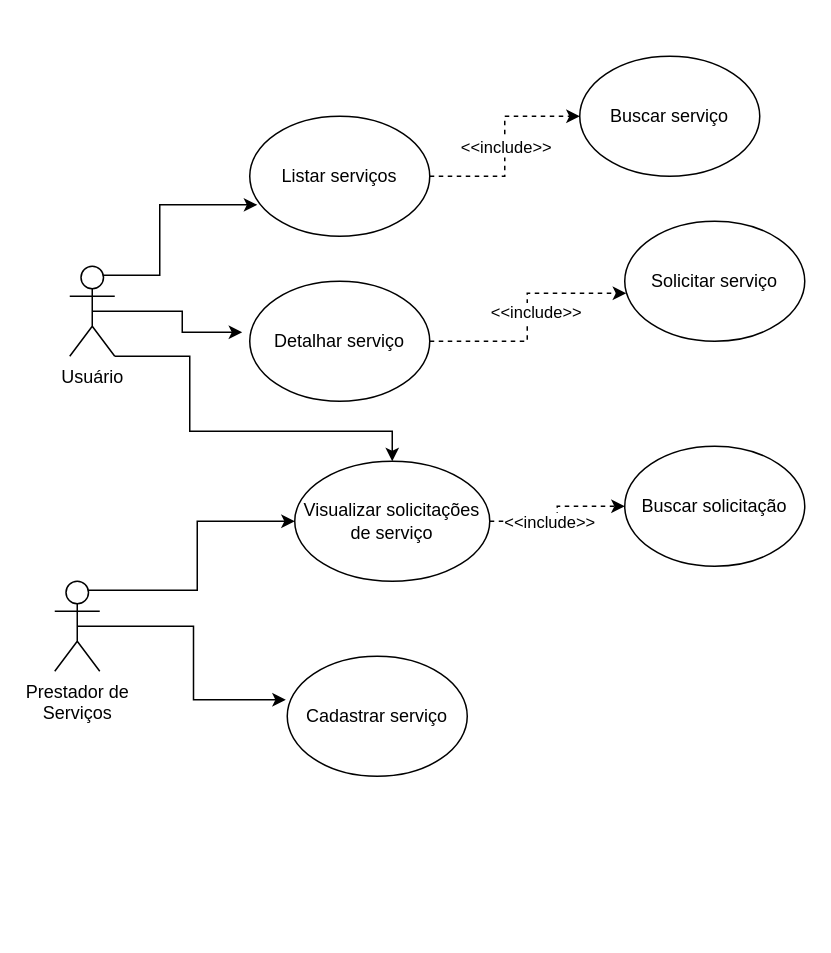
Earlier version of the draw.io diagram page "Caso de Uso" (1 of 4) of Pratica/Projeto/Documentacao/Projeto CSBA.drawio (thihxm/aulas-python). Source tidied: cells renumbered, new cells numbered last; positions are measured from the earlier drawing's top-left corner, leaving out a move shared by most shapes. Both pictures are drawn from the tidied source at 150%, with x=0, y=0 at pixel (54, 56).
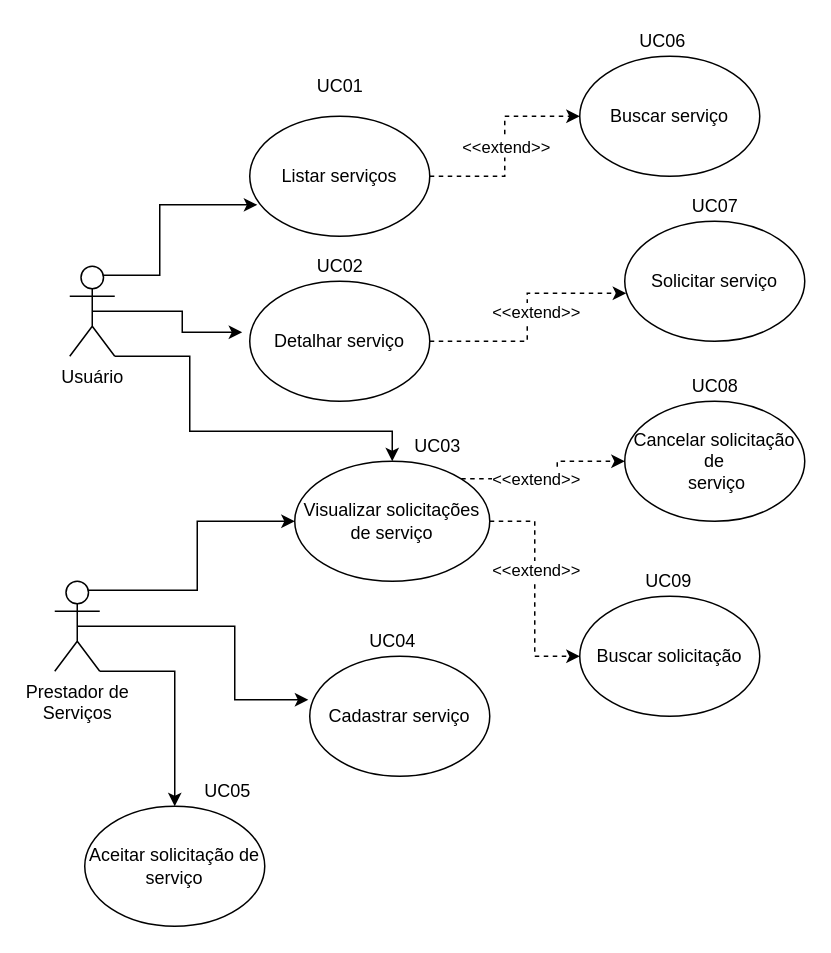
After the change.

The change refers to these unchanged cells:
```xml
<mxCell id="8" value="Prestador de&lt;br&gt;Serviços" style="shape=umlActor;verticalLabelPosition=bottom;labelBackgroundColor=#ffffff;verticalAlign=top;html=1;outlineConnect=0;" parent="1" vertex="1">
  <mxGeometry y="350" width="30" height="60" as="geometry" />
</mxCell>
<mxCell id="9" style="edgeStyle=orthogonalEdgeStyle;rounded=0;jettySize=auto;html=1;exitX=1;exitY=0.5;exitDx=0;exitDy=0;entryX=0;entryY=0.5;entryDx=0;entryDy=0;dashed=1;" parent="1" edge="1" source="11" target="20">
  <mxGeometry relative="1" as="geometry" />
</mxCell>
<mxCell id="13" style="edgeStyle=orthogonalEdgeStyle;rounded=0;jettySize=auto;html=1;exitX=1;exitY=0.5;exitDx=0;exitDy=0;entryX=0;entryY=0.5;entryDx=0;entryDy=0;dashed=1;" parent="1" edge="1" source="15" target="21">
  <mxGeometry relative="1" as="geometry" />
</mxCell>
<mxCell id="15" value="Visualizar solicitações de serviço" style="ellipse;whiteSpace=wrap;html=1;" parent="1" vertex="1">
  <mxGeometry x="160" y="270" width="130" height="80" as="geometry" />
</mxCell>
<mxCell id="16" style="edgeStyle=orthogonalEdgeStyle;rounded=0;jettySize=auto;html=1;exitX=1;exitY=0.5;exitDx=0;exitDy=0;entryX=0.008;entryY=0.6;entryDx=0;entryDy=0;entryPerimeter=0;dashed=1;" parent="1" edge="1" source="18" target="19">
  <mxGeometry relative="1" as="geometry" />
</mxCell>
```

The edit, as a diff of the source:
```diff
@@
     <mxCell id="6" style="edgeStyle=orthogonalEdgeStyle;rounded=0;jettySize=auto;html=1;exitX=0.5;exitY=0.5;exitDx=0;exitDy=0;exitPerimeter=0;entryX=-0.008;entryY=0.363;entryDx=0;entryDy=0;entryPerimeter=0;" parent="1" edge="1" source="8" target="12">
-      <mxGeometry relative="1" as="geometry" />
+      <mxGeometry relative="1" as="geometry">
+        <Array as="points">
+          <mxPoint x="120" y="380" />
+          <mxPoint x="120" y="429" />
+        </Array>
+      </mxGeometry>
     </mxCell>
@@
+    <mxCell id="22" style="edgeStyle=orthogonalEdgeStyle;rounded=0;jettySize=auto;html=1;exitX=1;exitY=1;exitDx=0;exitDy=0;exitPerimeter=0;entryX=0.5;entryY=0;entryDx=0;entryDy=0;endArrow=classic;endFill=1;" parent="1" edge="1" source="8" target="29">
+      <mxGeometry relative="1" as="geometry">
+        <Array as="points">
+          <mxPoint x="80" y="410" />
+        </Array>
+      </mxGeometry>
+    </mxCell>
@@
-    <mxCell id="10" value="&amp;lt;&amp;lt;include&amp;gt;&amp;gt;" style="edgeLabel;html=1;align=center;verticalAlign=middle;" parent="9" vertex="1">
+    <mxCell id="10" value="&amp;lt;&amp;lt;extend&amp;gt;&amp;gt;" style="edgeLabel;html=1;align=center;verticalAlign=middle;" parent="9" vertex="1">
       <mxGeometry x="-0.4" y="-3" relative="1" as="geometry">
         <mxPoint x="8" y="-23" as="offset" />
       </mxGeometry>
     </mxCell>
@@
     <mxCell id="12" value="Cadastrar serviço" style="ellipse;whiteSpace=wrap;html=1;" parent="1" vertex="1">
-      <mxGeometry x="155" y="400" width="120" height="80" as="geometry" />
+      <mxGeometry x="170" y="400" width="120" height="80" as="geometry" />
     </mxCell>
@@
-    <mxCell id="14" value="&amp;lt;&amp;lt;include&amp;gt;&amp;gt;" style="edgeLabel;html=1;align=center;verticalAlign=middle;" parent="13" vertex="1">
-      <mxGeometry x="-0.22" relative="1" as="geometry" />
+    <mxCell id="14" value="&amp;lt;&amp;lt;extend&amp;gt;&amp;gt;" style="edgeLabel;html=1;align=center;verticalAlign=middle;" parent="13" vertex="1">
+      <mxGeometry x="-0.22" relative="1" as="geometry">
+        <mxPoint y="3" as="offset" />
+      </mxGeometry>
     </mxCell>
+    <mxCell id="23" style="edgeStyle=orthogonalEdgeStyle;rounded=0;jettySize=auto;html=1;exitX=1;exitY=0;exitDx=0;exitDy=0;entryX=0;entryY=0.5;entryDx=0;entryDy=0;endArrow=classic;endFill=1;dashed=1;" parent="1" edge="1" source="15" target="32">
+      <mxGeometry relative="1" as="geometry" />
+    </mxCell>
+    <mxCell id="24" value="&amp;lt;&amp;lt;extend&amp;gt;&amp;gt;" style="edgeLabel;html=1;align=center;verticalAlign=middle;" parent="23" vertex="1">
+      <mxGeometry x="-0.17" relative="1" as="geometry" />
+    </mxCell>
@@
-    <mxCell id="17" value="&amp;lt;&amp;lt;include&amp;gt;&amp;gt;" style="edgeLabel;html=1;align=center;verticalAlign=middle;" parent="16" vertex="1">
+    <mxCell id="17" value="&amp;lt;&amp;lt;extend&amp;gt;&amp;gt;" style="edgeLabel;html=1;align=center;verticalAlign=middle;" parent="16" vertex="1">
       <mxGeometry x="-0.24" y="8" relative="1" as="geometry">
         <mxPoint x="8" y="-12" as="offset" />
       </mxGeometry>
     </mxCell>
@@
     <mxCell id="21" value="Buscar solicitação" style="ellipse;whiteSpace=wrap;html=1;" parent="1" vertex="1">
-      <mxGeometry x="380" y="260" width="120" height="80" as="geometry" />
+      <mxGeometry x="350" y="360" width="120" height="80" as="geometry" />
     </mxCell>
+    <mxCell id="25" value="UC01" style="text;html=1;align=center;verticalAlign=middle;" parent="1" vertex="1">
+      <mxGeometry x="165" y="10" width="50" height="20" as="geometry" />
+    </mxCell>
+    <mxCell id="26" value="UC02" style="text;html=1;align=center;verticalAlign=middle;" parent="1" vertex="1">
+      <mxGeometry x="165" y="130" width="50" height="20" as="geometry" />
+    </mxCell>
+    <mxCell id="27" value="UC03" style="text;html=1;align=center;verticalAlign=middle;" parent="1" vertex="1">
+      <mxGeometry x="230" y="250" width="50" height="20" as="geometry" />
+    </mxCell>
+    <mxCell id="28" value="UC04" style="text;html=1;align=center;verticalAlign=middle;" parent="1" vertex="1">
+      <mxGeometry x="200" y="380" width="50" height="20" as="geometry" />
+    </mxCell>
+    <mxCell id="29" value="Aceitar solicitação de serviço" style="ellipse;whiteSpace=wrap;html=1;" parent="1" vertex="1">
+      <mxGeometry x="20" y="500" width="120" height="80" as="geometry" />
+    </mxCell>
+    <mxCell id="30" value="UC05" style="text;html=1;align=center;verticalAlign=middle;" parent="1" vertex="1">
+      <mxGeometry x="90" y="480" width="50" height="20" as="geometry" />
+    </mxCell>
+    <mxCell id="31" value="UC06" style="text;html=1;align=center;verticalAlign=middle;" parent="1" vertex="1">
+      <mxGeometry x="380" y="-20" width="50" height="20" as="geometry" />
+    </mxCell>
+    <mxCell id="32" value="Cancelar solicitação de&lt;br&gt;&amp;nbsp;serviço" style="ellipse;whiteSpace=wrap;html=1;" parent="1" vertex="1">
+      <mxGeometry x="380" y="230" width="120" height="80" as="geometry" />
+    </mxCell>
+    <mxCell id="33" value="UC07" style="text;html=1;align=center;verticalAlign=middle;" parent="1" vertex="1">
+      <mxGeometry x="415" y="90" width="50" height="20" as="geometry" />
+    </mxCell>
+    <mxCell id="34" value="UC08" style="text;html=1;align=center;verticalAlign=middle;" parent="1" vertex="1">
+      <mxGeometry x="415" y="210" width="50" height="20" as="geometry" />
+    </mxCell>
+    <mxCell id="35" value="UC09" style="text;html=1;align=center;verticalAlign=middle;" parent="1" vertex="1">
+      <mxGeometry x="384" y="340" width="50" height="20" as="geometry" />
+    </mxCell>
```
